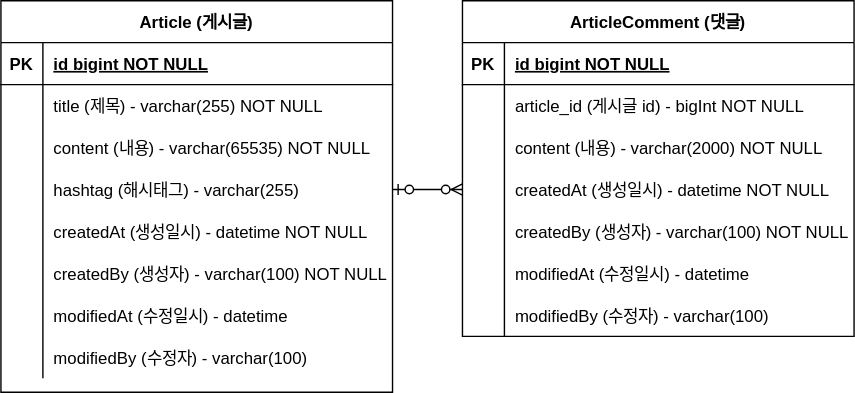
Before: document/project-board-erd.svg, a diagram exported from draw.io (HyoseopSong/fastcampus-project-board). Source tidied: cells renumbered, new cells last; positions are measured from the earlier drawing's top-left corner, leaving out a move shared by most shapes.
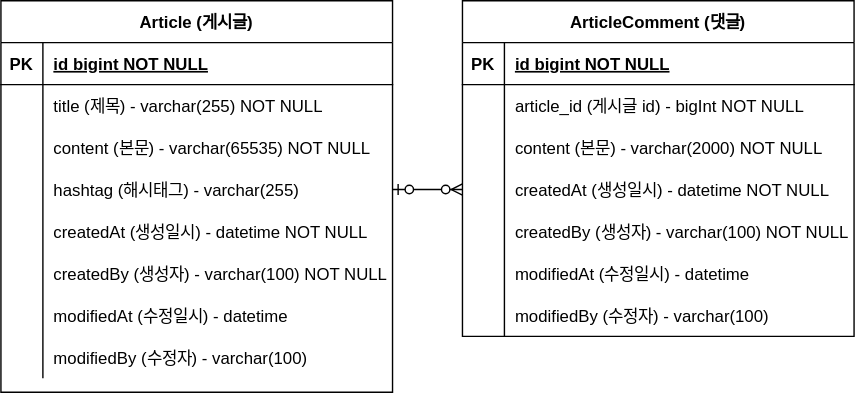
After the commit.

Commit message:
#2 - ERD 주석 업데이트 : project-board-erd.svg

What changed in the source:
```diff
@@ -29,7 +29,7 @@
     <mxCell id="10" style="shape=partialRectangle;overflow=hidden;fillColor=none;top=0;left=0;bottom=0;right=0;" parent="9" vertex="1">
       <mxGeometry width="30" height="30" as="geometry" />
     </mxCell>
-    <mxCell id="11" value="content (내용) - varchar(65535) NOT NULL" style="shape=partialRectangle;overflow=hidden;fillColor=none;top=0;left=0;bottom=0;right=0;align=left;spacingLeft=6;" parent="9" vertex="1">
+    <mxCell id="11" value="content (본문) - varchar(65535) NOT NULL" style="shape=partialRectangle;overflow=hidden;fillColor=none;top=0;left=0;bottom=0;right=0;align=left;spacingLeft=6;" parent="9" vertex="1">
       <mxGeometry x="30" width="250" height="30" as="geometry" />
     </mxCell>
     <mxCell id="12" style="shape=partialRectangle;fillColor=none;points=[[0,0.5],[1,0.5]];portConstraint=eastwest;top=0;left=0;right=0;bottom=0;" parent="2" vertex="1">
@@ -107,7 +107,7 @@
     <mxCell id="36" style="shape=partialRectangle;overflow=hidden;fillColor=none;top=0;left=0;bottom=0;right=0;" parent="35" vertex="1">
       <mxGeometry width="30" height="30" as="geometry" />
     </mxCell>
-    <mxCell id="37" value="content (내용) - varchar(2000) NOT NULL" style="shape=partialRectangle;overflow=hidden;fillColor=none;top=0;left=0;bottom=0;right=0;align=left;spacingLeft=6;" parent="35" vertex="1">
+    <mxCell id="37" value="content (본문) - varchar(2000) NOT NULL" style="shape=partialRectangle;overflow=hidden;fillColor=none;top=0;left=0;bottom=0;right=0;align=left;spacingLeft=6;" parent="35" vertex="1">
       <mxGeometry x="30" width="250" height="30" as="geometry" />
     </mxCell>
     <mxCell id="38" style="shape=partialRectangle;fillColor=none;points=[[0,0.5],[1,0.5]];portConstraint=eastwest;top=0;left=0;right=0;bottom=0;" parent="28" vertex="1">
```
